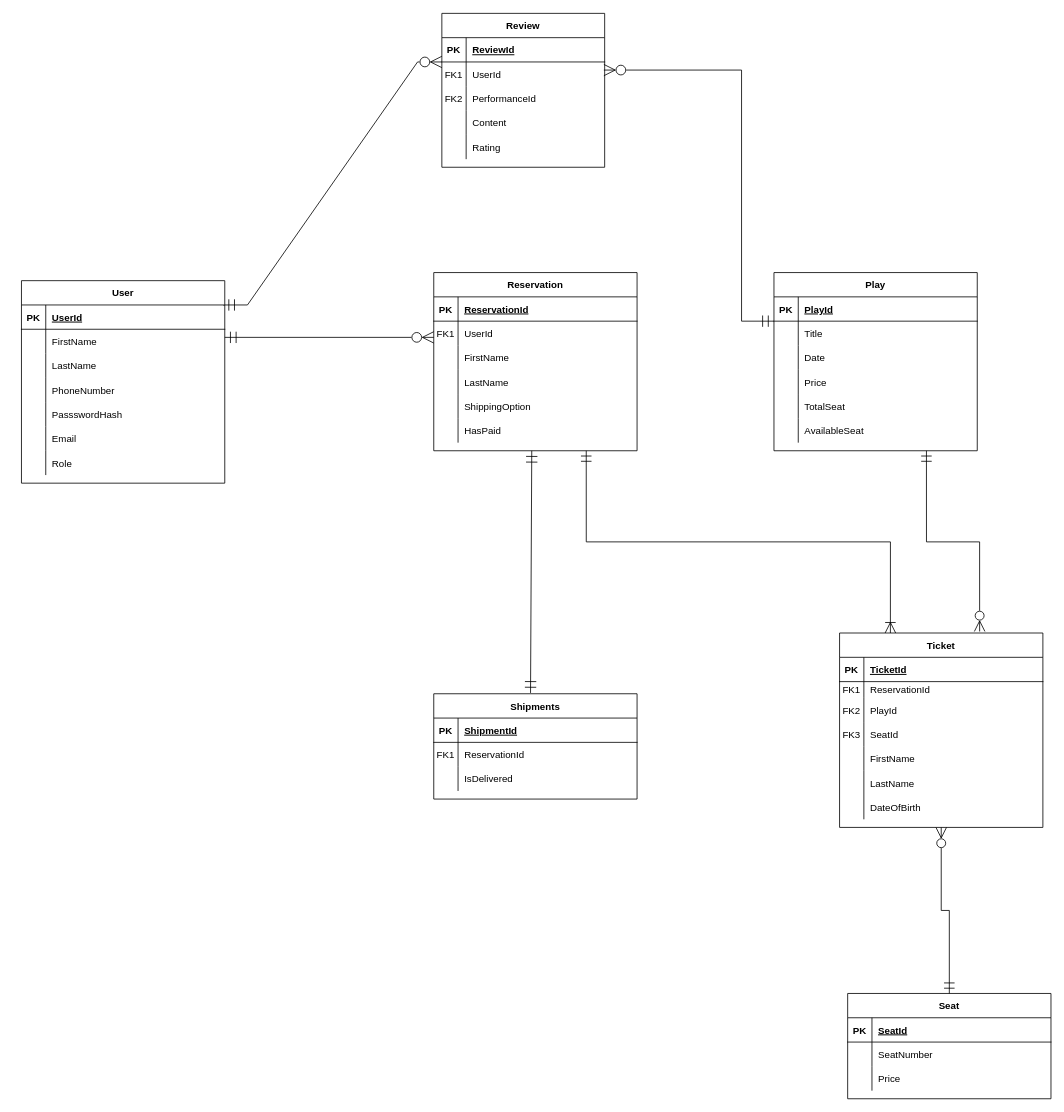
Before: Untitled Diagram.drawio in jefsamo/gct-ticketing-system, a draw.io diagram. Source tidied: cells renumbered, new cells numbered last; positions are measured from the earlier drawing's top-left corner, leaving out a move shared by most shapes. Both pictures are drawn from the tidied source at 81%, with x=0, y=0 at pixel (21, 13).
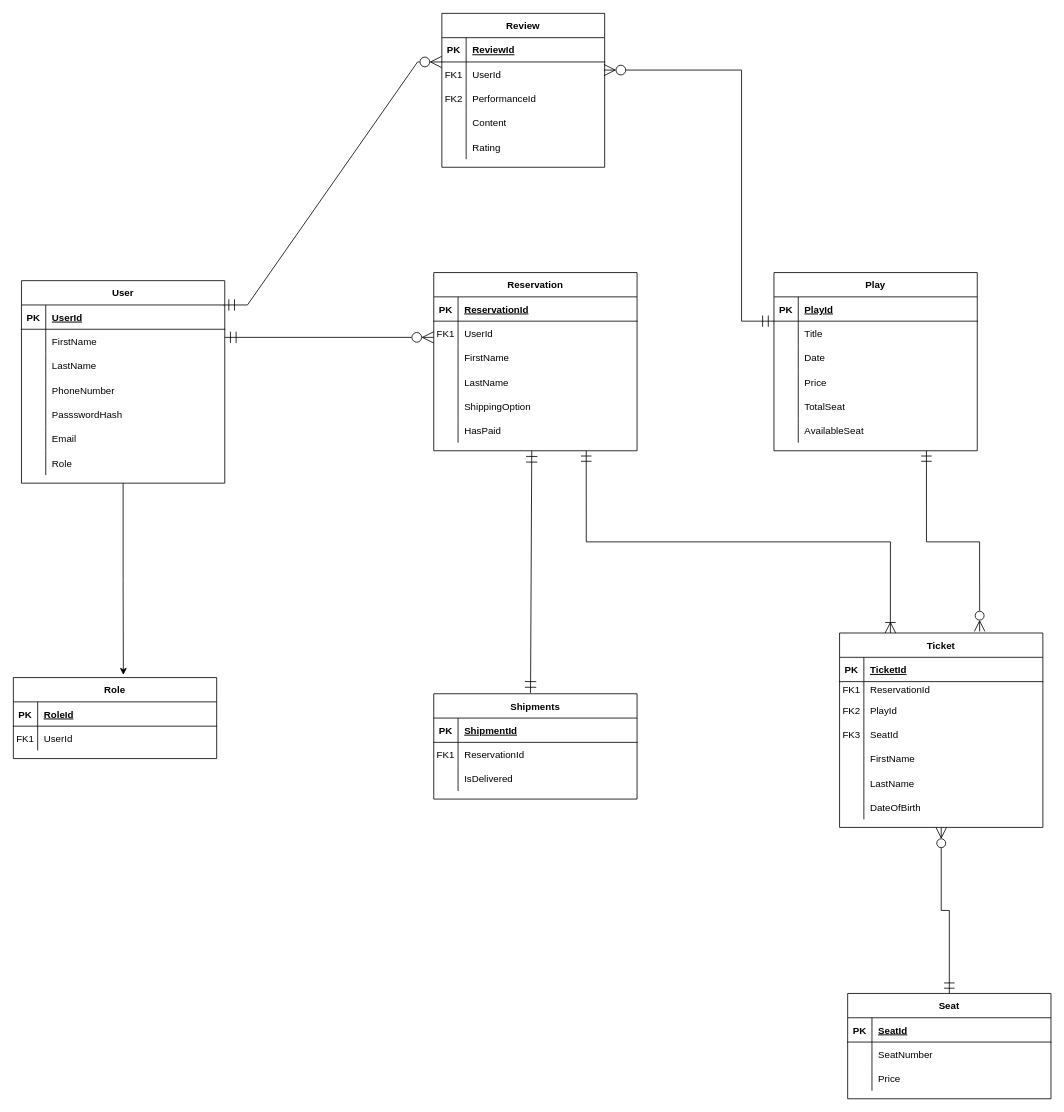
The same page after the edit.

Commit message:
Role entity

The change refers to these unchanged cells:
```xml
<mxCell id="84" value="User" style="shape=table;startSize=30;childLayout=tableLayout;rowLines=0;fontStyle=1;align=center;" parent="1" vertex="1">
  <mxGeometry y="330" width="251" height="250" as="geometry" />
</mxCell>
```

Change to the diagram source:
```diff
@@
+    <mxCell id="129" value="Role" style="shape=table;startSize=30;childLayout=tableLayout;rowLines=0;fontStyle=1;align=center;" parent="1" vertex="1">
+      <mxGeometry x="-10" y="820" width="251" height="100" as="geometry" />
+    </mxCell>
+    <mxCell id="130" style="shape=partialRectangle;fillColor=none;top=0;left=0;right=0;bottom=1;" parent="129" vertex="1">
+      <mxGeometry y="30" width="251" height="30" as="geometry" />
+    </mxCell>
+    <mxCell id="131" value="PK" style="shape=partialRectangle;overflow=hidden;fillColor=none;top=0;left=0;bottom=0;right=0;fontStyle=1;" parent="130" vertex="1">
+      <mxGeometry width="30" height="30" as="geometry" />
+    </mxCell>
+    <mxCell id="132" value="RoleId" style="shape=partialRectangle;overflow=hidden;fillColor=none;top=0;left=0;bottom=0;right=0;align=left;spacingLeft=6;fontStyle=5;" parent="130" vertex="1">
+      <mxGeometry x="30" width="221" height="30" as="geometry" />
+    </mxCell>
+    <mxCell id="133" style="shape=partialRectangle;fillColor=none;top=0;left=0;right=0;bottom=0;" parent="129" vertex="1">
+      <mxGeometry y="60" width="251" height="30" as="geometry" />
+    </mxCell>
+    <mxCell id="134" value="FK1" style="shape=partialRectangle;overflow=hidden;fillColor=none;top=0;left=0;bottom=0;right=0;" parent="133" vertex="1">
+      <mxGeometry width="30" height="30" as="geometry" />
+    </mxCell>
+    <mxCell id="135" value="UserId" style="shape=partialRectangle;overflow=hidden;fillColor=none;top=0;left=0;bottom=0;right=0;align=left;spacingLeft=6;" parent="133" vertex="1">
+      <mxGeometry x="30" width="221" height="30" as="geometry" />
+    </mxCell>
+    <mxCell id="136" style="edgeStyle=orthogonalEdgeStyle;rounded=0;jettySize=auto;html=1;exitX=0.5;exitY=1;exitDx=0;exitDy=0;entryX=0.541;entryY=-0.033;entryDx=0;entryDy=0;entryPerimeter=0;" parent="1" edge="1" source="84" target="129">
+      <mxGeometry relative="1" as="geometry" />
+    </mxCell>
```
